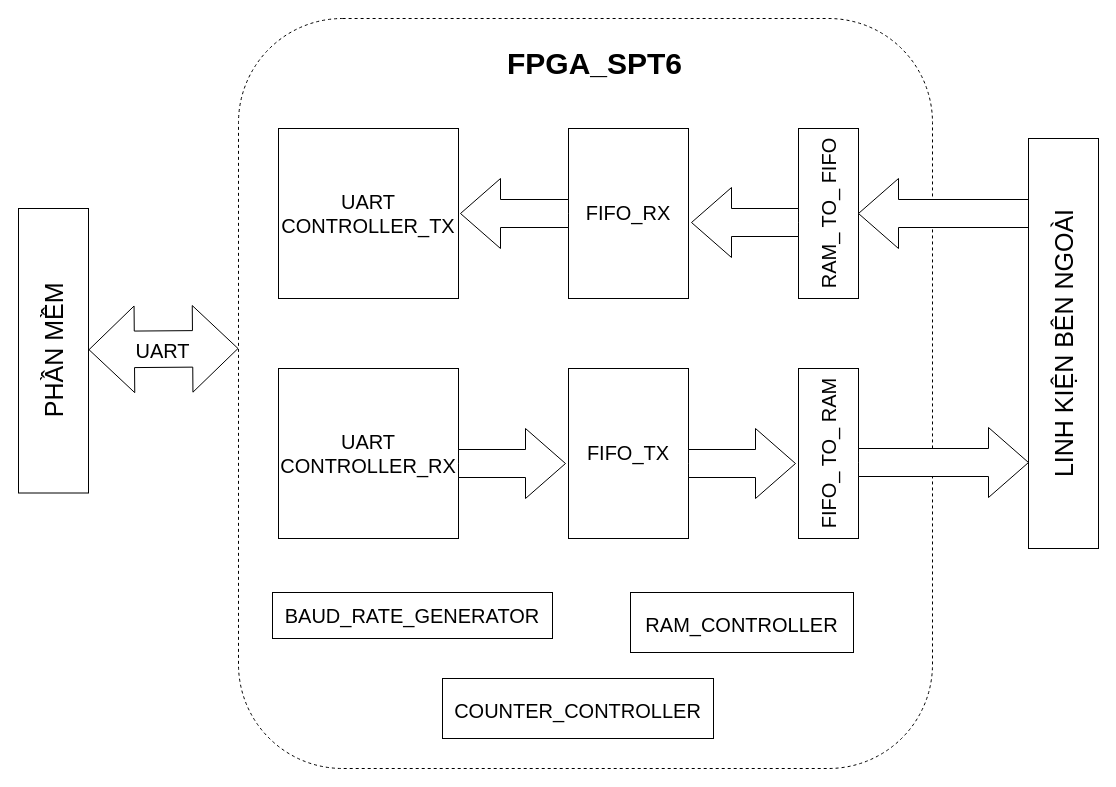
Earlier version of the draw.io diagram page "FPGA-SPT6" (4 of 5) of Block diagram/Hardware/Sơ đồ các khối phần cứng.drawio (Bui-Diep/FPGA_TOPIC). Source tidied: cells renumbered, new cells numbered last; positions are measured from the earlier drawing's top-left corner, leaving out a move shared by most shapes. Both pictures are drawn from the tidied source at 100%, with x=0, y=0 at pixel (18, 18).
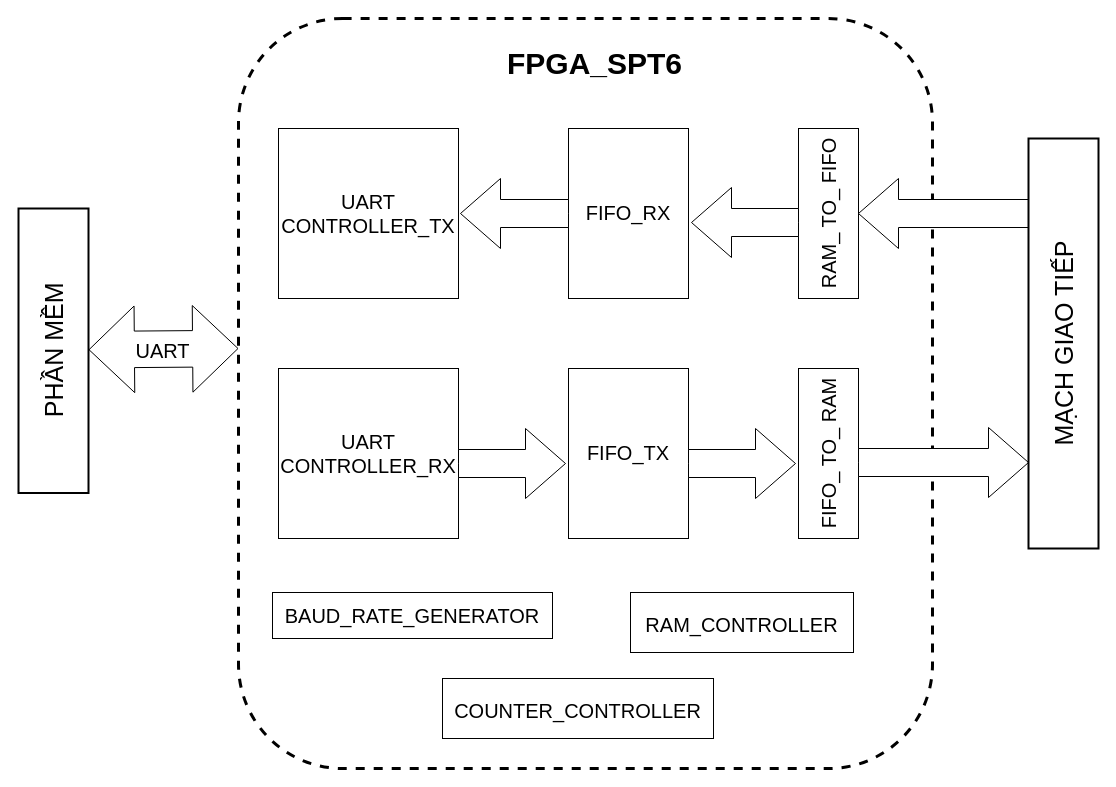
The same page after the edit.

Change to the diagram source:
```diff
@@
-    <mxCell id="2" style="rounded=1;whiteSpace=wrap;html=1;fontSize=20;fillColor=none;dashed=1;" parent="1" vertex="1">
+    <mxCell id="2" style="rounded=1;whiteSpace=wrap;html=1;fontSize=20;fillColor=none;dashed=1;strokeWidth=3;" parent="1" vertex="1">
       <mxGeometry x="220" width="694" height="750" as="geometry" />
     </mxCell>
@@
-    <mxCell id="16" value="&lt;font style=&quot;font-size: 25px;&quot;&gt;LINH KIỆN BÊN NGOÀI&lt;/font&gt;" style="rounded=0;whiteSpace=wrap;html=1;fontSize=20;horizontal=0;" parent="1" vertex="1">
+    <mxCell id="16" value="&lt;font style=&quot;font-size: 25px;&quot;&gt;MẠCH GIAO TIẾP&lt;/font&gt;" style="rounded=0;whiteSpace=wrap;html=1;fontSize=20;horizontal=0;strokeWidth=2;" parent="1" vertex="1">
       <mxGeometry x="1010" y="120" width="70" height="410" as="geometry" />
     </mxCell>
@@
-    <mxCell id="20" value="&lt;span style=&quot;font-size: 25px;&quot;&gt;PHẦN MỀM&lt;br&gt;&lt;/span&gt;" style="rounded=0;whiteSpace=wrap;html=1;fontSize=20;horizontal=0;" parent="1" vertex="1">
+    <mxCell id="20" value="&lt;span style=&quot;font-size: 25px;&quot;&gt;PHẦN MỀM&lt;br&gt;&lt;/span&gt;" style="rounded=0;whiteSpace=wrap;html=1;fontSize=20;horizontal=0;strokeWidth=2;" parent="1" vertex="1">
       <mxGeometry y="190" width="70" height="284.5" as="geometry" />
     </mxCell>
```
